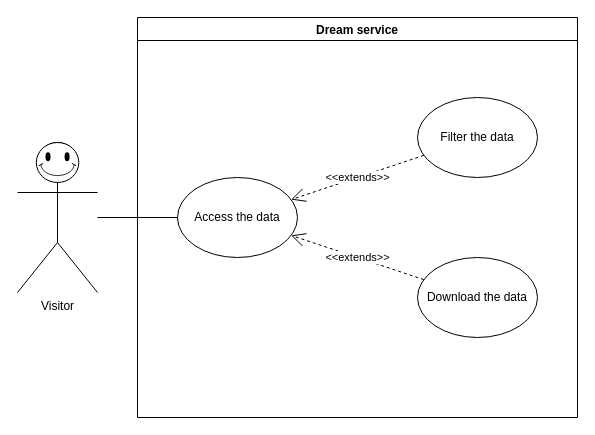
This is page "Visitor" (4 of 4) of UseCase.drawio from matteovisotto/SE2-CecchettoSirianiVisotto, a draw.io file, before an edit. Source tidied: cells renumbered, new cells numbered last; positions are measured from the earlier drawing's top-left corner, leaving out a move shared by most shapes. Both pictures are drawn from the tidied source at 100%, with x=0, y=0 at pixel (17, 17).
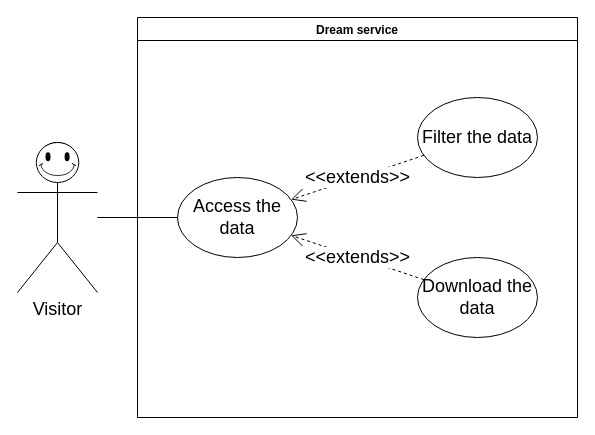
Above is the later version.

Change to the diagram source:
```diff
@@
 <mxGraphModel>
   <root>
     <mxCell id="0" />
     <mxCell id="1" parent="0" />
-    <mxCell id="2" value="Visitor" style="shape=umlActor;verticalLabelPosition=bottom;verticalAlign=top;html=1;outlineConnect=0;" parent="1" vertex="1">
+    <mxCell id="2" value="&lt;font style=&quot;font-size: 18px&quot;&gt;Visitor&lt;/font&gt;" style="shape=umlActor;verticalLabelPosition=bottom;verticalAlign=top;html=1;outlineConnect=0;" parent="1" vertex="1">
       <mxGeometry y="125" width="80" height="150" as="geometry" />
     </mxCell>
     <mxCell id="3" value="Dream service" style="swimlane;" parent="1" vertex="1">
       <mxGeometry x="120" width="440" height="400" as="geometry" />
     </mxCell>
-    <mxCell id="4" value="Filter the data" style="ellipse;whiteSpace=wrap;html=1;" parent="3" vertex="1">
+    <mxCell id="4" value="&lt;font style=&quot;font-size: 18px&quot;&gt;Filter the data&lt;/font&gt;" style="ellipse;whiteSpace=wrap;html=1;" parent="3" vertex="1">
       <mxGeometry x="280" y="80" width="120" height="80" as="geometry" />
     </mxCell>
-    <mxCell id="5" value="Download the data" style="ellipse;whiteSpace=wrap;html=1;" parent="3" vertex="1">
+    <mxCell id="5" value="&lt;font style=&quot;font-size: 18px&quot;&gt;Download the data&lt;/font&gt;" style="ellipse;whiteSpace=wrap;html=1;" parent="3" vertex="1">
       <mxGeometry x="280" y="240" width="120" height="80" as="geometry" />
     </mxCell>
-    <mxCell id="6" value="Access the data" style="ellipse;whiteSpace=wrap;html=1;" parent="3" vertex="1">
+    <mxCell id="6" value="&lt;font style=&quot;font-size: 18px&quot;&gt;Access the data&lt;/font&gt;" style="ellipse;whiteSpace=wrap;html=1;" parent="3" vertex="1">
       <mxGeometry x="40" y="160" width="120" height="80" as="geometry" />
     </mxCell>
-    <mxCell id="7" value="&amp;lt;&amp;lt;extends&amp;gt;&amp;gt;" style="endArrow=open;endSize=12;dashed=1;html=1;rounded=0;" parent="3" edge="1" source="4" target="6">
+    <mxCell id="7" value="&lt;font style=&quot;font-size: 18px&quot;&gt;&amp;lt;&amp;lt;extends&amp;gt;&amp;gt;&lt;/font&gt;" style="endArrow=open;endSize=12;dashed=1;html=1;rounded=0;" parent="3" edge="1" source="4" target="6">
       <mxGeometry relative="1" as="geometry" />
     </mxCell>
-    <mxCell id="8" value="&amp;lt;&amp;lt;extends&amp;gt;&amp;gt;" style="endArrow=open;endSize=12;dashed=1;html=1;rounded=0;" parent="3" edge="1" source="5" target="6">
+    <mxCell id="8" value="&lt;font style=&quot;font-size: 18px&quot;&gt;&amp;lt;&amp;lt;extends&amp;gt;&amp;gt;&lt;/font&gt;" style="endArrow=open;endSize=12;dashed=1;html=1;rounded=0;" parent="3" edge="1" source="5" target="6">
       <mxGeometry relative="1" as="geometry" />
     </mxCell>
     <mxCell id="9" style="verticalLabelPosition=bottom;verticalAlign=top;html=1;shape=mxgraph.basic.smiley;" parent="1" vertex="1">
       <mxGeometry x="18.8" y="125" width="42.5" height="40" as="geometry" />
     </mxCell>
     <mxCell id="10" style="endArrow=none;html=1;rounded=0;" parent="1" edge="1" source="2" target="6">
       <mxGeometry relative="1" as="geometry" />
     </mxCell>
   </root>
 </mxGraphModel>
```
